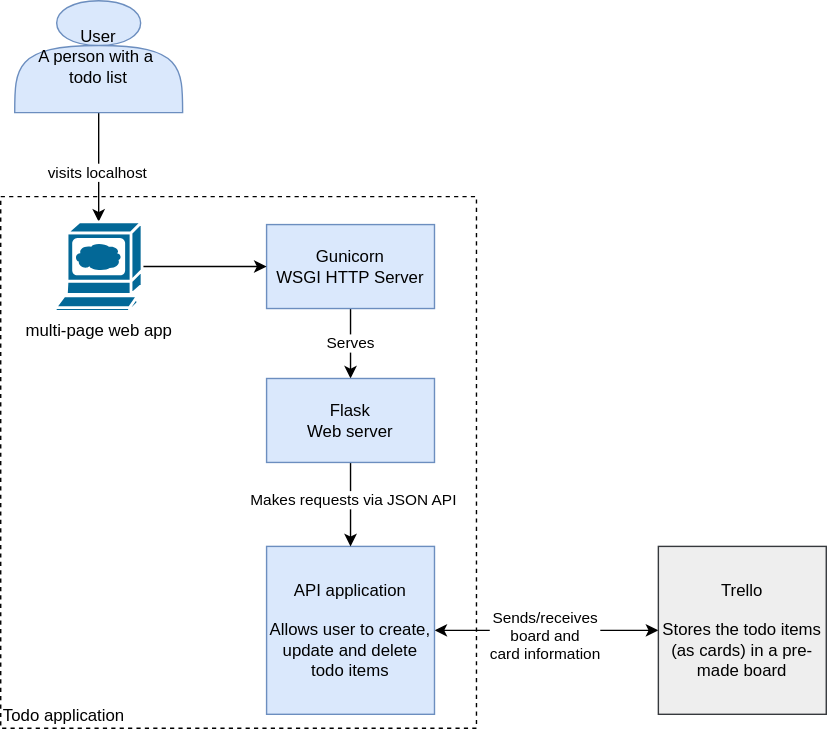
Above: documentation/container.svg in rbaker/DevOps-Course-Starter (draw.io), before the change. Source tidied: cells renumbered, new cells last; positions are measured from the earlier drawing's top-left corner, leaving out a move shared by most shapes. The source it was exported from:
```xml
<mxGraphModel>
  <root>
    <mxCell id="0" />
    <mxCell id="1" parent="0" />
    <mxCell id="2" value="Todo application" style="rounded=0;whiteSpace=wrap;html=1;dashed=1;fillColor=none;align=left;verticalAlign=bottom;" parent="1" vertex="1">
      <mxGeometry y="140" width="340" height="380" as="geometry" />
    </mxCell>
    <mxCell id="3" style="edgeStyle=orthogonalEdgeStyle;rounded=0;jettySize=auto;html=1;exitX=1;exitY=0.5;exitDx=0;exitDy=0;entryX=0;entryY=0.5;entryDx=0;entryDy=0;startArrow=classic;startFill=1;" parent="1" edge="1" source="5" target="9">
      <mxGeometry relative="1" as="geometry">
        <Array as="points">
          <mxPoint x="350" y="450" />
          <mxPoint x="350" y="450" />
        </Array>
      </mxGeometry>
    </mxCell>
    <mxCell id="4" value="Sends/receives&lt;br&gt;board and&lt;br&gt;card information" style="edgeLabel;html=1;align=center;verticalAlign=middle;" parent="3" vertex="1">
      <mxGeometry x="-0.03" y="-3" relative="1" as="geometry" />
    </mxCell>
    <mxCell id="5" value="&lt;font color=&quot;#000000&quot;&gt;API application&lt;br&gt;&lt;br&gt;Allows user to create, update and delete todo items&lt;/font&gt;" style="rounded=0;whiteSpace=wrap;html=1;fillColor=#dae8fc;strokeColor=#6c8ebf;" parent="1" vertex="1">
      <mxGeometry x="190" y="390" width="120" height="120" as="geometry" />
    </mxCell>
    <mxCell id="6" style="edgeStyle=orthogonalEdgeStyle;rounded=0;jettySize=auto;html=1;entryX=0.5;entryY=0;entryDx=0;entryDy=0;entryPerimeter=0;" parent="1" edge="1" source="8" target="16">
      <mxGeometry relative="1" as="geometry" />
    </mxCell>
    <mxCell id="7" value="visits localhost" style="edgeLabel;html=1;align=center;verticalAlign=middle;" parent="6" vertex="1">
      <mxGeometry x="0.08" y="-2" relative="1" as="geometry" />
    </mxCell>
    <mxCell id="8" value="&lt;font color=&quot;#000000&quot;&gt;User&lt;br&gt;A person with a&amp;nbsp;&lt;br&gt;todo list&lt;/font&gt;" style="shape=actor;whiteSpace=wrap;html=1;fillColor=#dae8fc;strokeColor=#6c8ebf;" parent="1" vertex="1">
      <mxGeometry x="10" width="120" height="80" as="geometry" />
    </mxCell>
    <mxCell id="9" value="&lt;font color=&quot;#000000&quot;&gt;Trello&lt;br&gt;&lt;br&gt;Stores the todo items &lt;br&gt;(as cards) in a pre-made board&lt;/font&gt;" style="rounded=0;whiteSpace=wrap;html=1;fillColor=#eeeeee;strokeColor=#36393d;" parent="1" vertex="1">
      <mxGeometry x="470" y="390" width="120" height="120" as="geometry" />
    </mxCell>
    <mxCell id="10" value="Serves" style="edgeStyle=orthogonalEdgeStyle;rounded=0;jettySize=auto;html=1;exitX=0.5;exitY=1;exitDx=0;exitDy=0;entryX=0.5;entryY=0;entryDx=0;entryDy=0;" parent="1" edge="1" source="11" target="14">
      <mxGeometry relative="1" as="geometry" />
    </mxCell>
    <mxCell id="11" value="&lt;font color=&quot;#000000&quot;&gt;Gunicorn&lt;br&gt;WSGI HTTP&amp;nbsp;Server&lt;/font&gt;" style="rounded=0;whiteSpace=wrap;html=1;fillColor=#dae8fc;strokeColor=#6c8ebf;" parent="1" vertex="1">
      <mxGeometry x="190" y="160" width="120" height="60" as="geometry" />
    </mxCell>
    <mxCell id="12" style="edgeStyle=orthogonalEdgeStyle;rounded=0;jettySize=auto;html=1;exitX=0.5;exitY=1;exitDx=0;exitDy=0;" parent="1" edge="1" source="14">
      <mxGeometry relative="1" as="geometry">
        <mxPoint x="250" y="390" as="targetPoint" />
      </mxGeometry>
    </mxCell>
    <mxCell id="13" value="Makes requests via JSON API" style="edgeLabel;html=1;align=center;verticalAlign=middle;" parent="12" vertex="1">
      <mxGeometry x="-0.13" y="1" relative="1" as="geometry" />
    </mxCell>
    <mxCell id="14" value="&lt;font color=&quot;#000000&quot;&gt;Flask&lt;br&gt;Web server&lt;/font&gt;" style="rounded=0;whiteSpace=wrap;html=1;fillColor=#dae8fc;strokeColor=#6c8ebf;" parent="1" vertex="1">
      <mxGeometry x="190" y="270" width="120" height="60" as="geometry" />
    </mxCell>
    <mxCell id="15" style="edgeStyle=orthogonalEdgeStyle;rounded=0;jettySize=auto;html=1;entryX=0;entryY=0.5;entryDx=0;entryDy=0;" parent="1" edge="1" source="16" target="11">
      <mxGeometry relative="1" as="geometry" />
    </mxCell>
    <mxCell id="16" value="multi-page web app" style="shape=mxgraph.cisco.computers_and_peripherals.web_browser;html=1;dashed=0;fillColor=#036897;strokeColor=#ffffff;strokeWidth=2;verticalLabelPosition=bottom;verticalAlign=top;align=center;outlineConnect=0;" parent="1" vertex="1">
      <mxGeometry x="39" y="158" width="62" height="64" as="geometry" />
    </mxCell>
  </root>
</mxGraphModel>
```
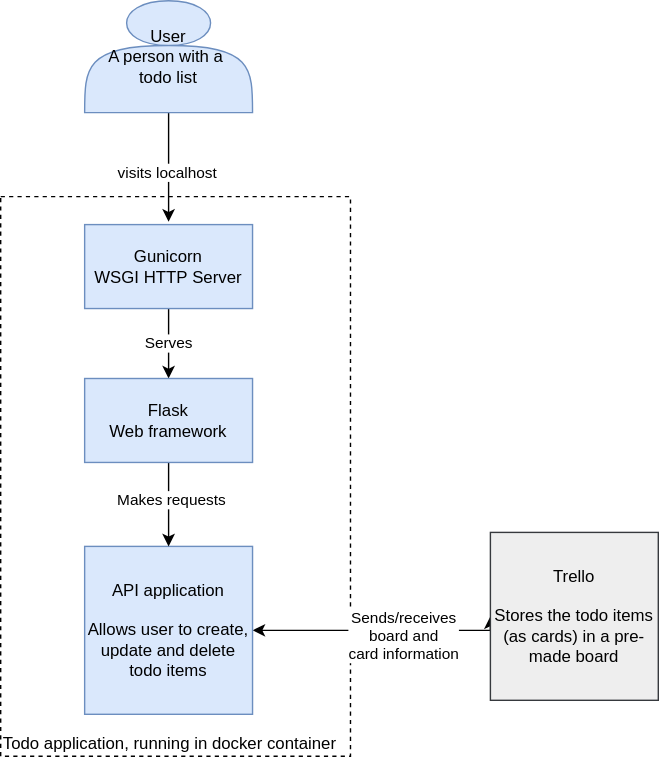
Above is the later version.

Change to the diagram source:
```diff
@@ -2,8 +2,8 @@
   <root>
     <mxCell id="0" />
     <mxCell id="1" parent="0" />
-    <mxCell id="2" value="Todo application" style="rounded=0;whiteSpace=wrap;html=1;dashed=1;fillColor=none;align=left;verticalAlign=bottom;" parent="1" vertex="1">
-      <mxGeometry y="140" width="340" height="380" as="geometry" />
+    <mxCell id="2" value="Todo application, running in docker container" style="rounded=0;whiteSpace=wrap;html=1;dashed=1;fillColor=none;align=left;verticalAlign=bottom;" parent="1" vertex="1">
+      <mxGeometry x="-20" y="140" width="250" height="400" as="geometry" />
     </mxCell>
     <mxCell id="3" style="edgeStyle=orthogonalEdgeStyle;rounded=0;jettySize=auto;html=1;exitX=1;exitY=0.5;exitDx=0;exitDy=0;entryX=0;entryY=0.5;entryDx=0;entryDy=0;startArrow=classic;startFill=1;" parent="1" edge="1" source="5" target="9">
       <mxGeometry relative="1" as="geometry">
@@ -17,42 +17,38 @@
       <mxGeometry x="-0.03" y="-3" relative="1" as="geometry" />
     </mxCell>
     <mxCell id="5" value="&lt;font color=&quot;#000000&quot;&gt;API application&lt;br&gt;&lt;br&gt;Allows user to create, update and delete todo items&lt;/font&gt;" style="rounded=0;whiteSpace=wrap;html=1;fillColor=#dae8fc;strokeColor=#6c8ebf;" parent="1" vertex="1">
-      <mxGeometry x="190" y="390" width="120" height="120" as="geometry" />
+      <mxGeometry x="40" y="390" width="120" height="120" as="geometry" />
     </mxCell>
-    <mxCell id="6" style="edgeStyle=orthogonalEdgeStyle;rounded=0;jettySize=auto;html=1;entryX=0.5;entryY=0;entryDx=0;entryDy=0;entryPerimeter=0;" parent="1" edge="1" source="8" target="16">
-      <mxGeometry relative="1" as="geometry" />
+    <mxCell id="6" style="edgeStyle=orthogonalEdgeStyle;rounded=0;jettySize=auto;html=1;entryX=0.5;entryY=0;entryDx=0;entryDy=0;entryPerimeter=0;" parent="1" edge="1" source="8">
+      <mxGeometry relative="1" as="geometry">
+        <mxPoint x="100" y="158" as="targetPoint" />
+      </mxGeometry>
     </mxCell>
     <mxCell id="7" value="visits localhost" style="edgeLabel;html=1;align=center;verticalAlign=middle;" parent="6" vertex="1">
       <mxGeometry x="0.08" y="-2" relative="1" as="geometry" />
     </mxCell>
     <mxCell id="8" value="&lt;font color=&quot;#000000&quot;&gt;User&lt;br&gt;A person with a&amp;nbsp;&lt;br&gt;todo list&lt;/font&gt;" style="shape=actor;whiteSpace=wrap;html=1;fillColor=#dae8fc;strokeColor=#6c8ebf;" parent="1" vertex="1">
-      <mxGeometry x="10" width="120" height="80" as="geometry" />
+      <mxGeometry x="40" width="120" height="80" as="geometry" />
     </mxCell>
     <mxCell id="9" value="&lt;font color=&quot;#000000&quot;&gt;Trello&lt;br&gt;&lt;br&gt;Stores the todo items &lt;br&gt;(as cards) in a pre-made board&lt;/font&gt;" style="rounded=0;whiteSpace=wrap;html=1;fillColor=#eeeeee;strokeColor=#36393d;" parent="1" vertex="1">
-      <mxGeometry x="470" y="390" width="120" height="120" as="geometry" />
+      <mxGeometry x="330" y="380" width="120" height="120" as="geometry" />
     </mxCell>
     <mxCell id="10" value="Serves" style="edgeStyle=orthogonalEdgeStyle;rounded=0;jettySize=auto;html=1;exitX=0.5;exitY=1;exitDx=0;exitDy=0;entryX=0.5;entryY=0;entryDx=0;entryDy=0;" parent="1" edge="1" source="11" target="14">
       <mxGeometry relative="1" as="geometry" />
     </mxCell>
     <mxCell id="11" value="&lt;font color=&quot;#000000&quot;&gt;Gunicorn&lt;br&gt;WSGI HTTP&amp;nbsp;Server&lt;/font&gt;" style="rounded=0;whiteSpace=wrap;html=1;fillColor=#dae8fc;strokeColor=#6c8ebf;" parent="1" vertex="1">
-      <mxGeometry x="190" y="160" width="120" height="60" as="geometry" />
+      <mxGeometry x="40" y="160" width="120" height="60" as="geometry" />
     </mxCell>
     <mxCell id="12" style="edgeStyle=orthogonalEdgeStyle;rounded=0;jettySize=auto;html=1;exitX=0.5;exitY=1;exitDx=0;exitDy=0;" parent="1" edge="1" source="14">
       <mxGeometry relative="1" as="geometry">
-        <mxPoint x="250" y="390" as="targetPoint" />
+        <mxPoint x="100" y="390" as="targetPoint" />
       </mxGeometry>
     </mxCell>
-    <mxCell id="13" value="Makes requests via JSON API" style="edgeLabel;html=1;align=center;verticalAlign=middle;" parent="12" vertex="1">
+    <mxCell id="13" value="Makes requests" style="edgeLabel;html=1;align=center;verticalAlign=middle;" parent="12" vertex="1">
       <mxGeometry x="-0.13" y="1" relative="1" as="geometry" />
     </mxCell>
-    <mxCell id="14" value="&lt;font color=&quot;#000000&quot;&gt;Flask&lt;br&gt;Web server&lt;/font&gt;" style="rounded=0;whiteSpace=wrap;html=1;fillColor=#dae8fc;strokeColor=#6c8ebf;" parent="1" vertex="1">
-      <mxGeometry x="190" y="270" width="120" height="60" as="geometry" />
+    <mxCell id="14" value="&lt;font color=&quot;#000000&quot;&gt;Flask&lt;br&gt;Web framework&lt;/font&gt;" style="rounded=0;whiteSpace=wrap;html=1;fillColor=#dae8fc;strokeColor=#6c8ebf;" parent="1" vertex="1">
+      <mxGeometry x="40" y="270" width="120" height="60" as="geometry" />
     </mxCell>
-    <mxCell id="15" style="edgeStyle=orthogonalEdgeStyle;rounded=0;jettySize=auto;html=1;entryX=0;entryY=0.5;entryDx=0;entryDy=0;" parent="1" edge="1" source="16" target="11">
-      <mxGeometry relative="1" as="geometry" />
-    </mxCell>
-    <mxCell id="16" value="multi-page web app" style="shape=mxgraph.cisco.computers_and_peripherals.web_browser;html=1;dashed=0;fillColor=#036897;strokeColor=#ffffff;strokeWidth=2;verticalLabelPosition=bottom;verticalAlign=top;align=center;outlineConnect=0;" parent="1" vertex="1">
-      <mxGeometry x="39" y="158" width="62" height="64" as="geometry" />
-    </mxCell>
   </root>
 </mxGraphModel>
```
